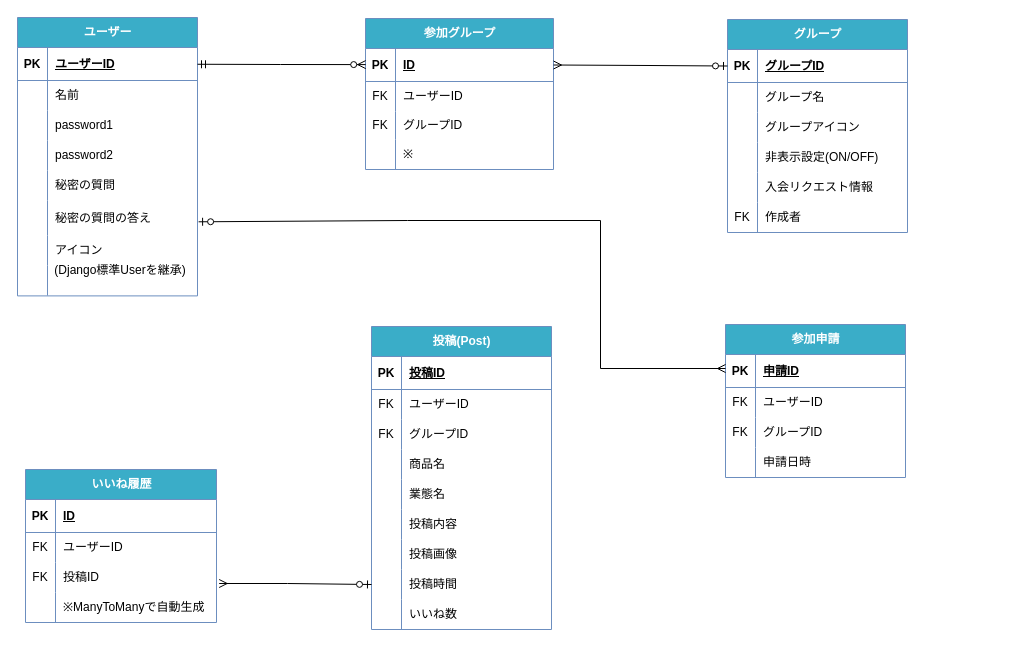
wairo8714/MySFA keeps this draw.io diagram as docs/drawio/mysfa-er.drawio. Above is the earlier version. Source tidied: cells renumbered, new cells numbered last; positions are measured from the earlier drawing's top-left corner, leaving out a move shared by most shapes. Both pictures are drawn from the tidied source at 100%, with x=0, y=0 at pixel (17, 17).
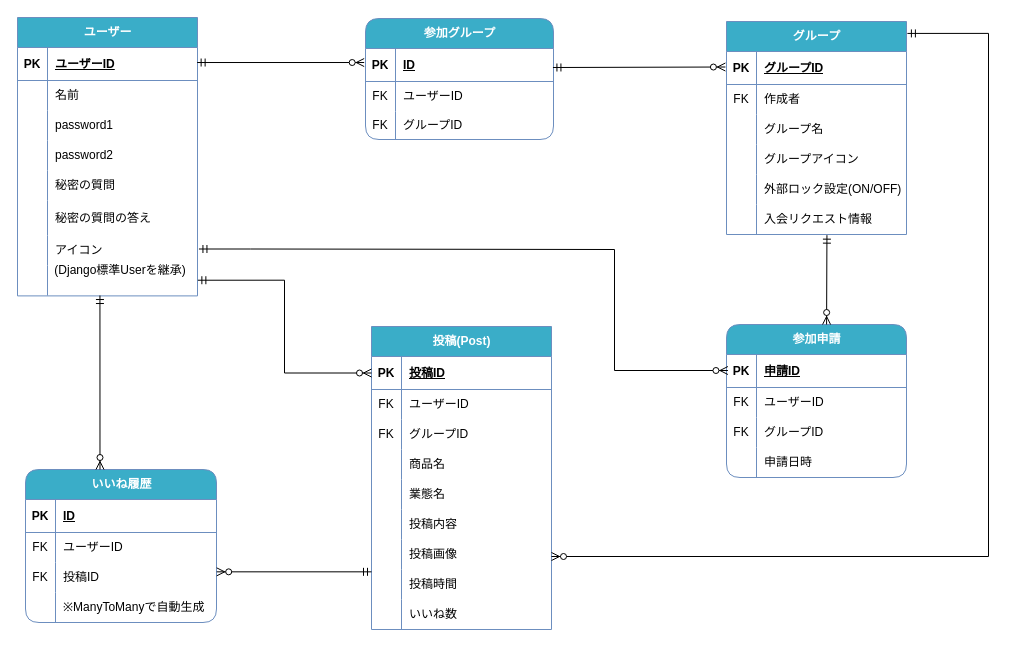
Above is the later version.

Commit message:
mysfa-er.drawio を更新します

Unchanged cells that the change refers to:
```xml
<mxCell id="4" style="shape=tableRow;horizontal=0;startSize=0;swimlaneHead=0;swimlaneBody=0;fillColor=none;points=[[0,0.5],[1,0.5]];portConstraint=eastwest;top=0;left=0;right=0;bottom=1;strokeColor=light-dark(#6c8ebf, #000000);" parent="3" vertex="1">
  <mxGeometry y="30" width="180" height="33" as="geometry" />
</mxCell>
<mxCell id="22" style="shape=tableRow;horizontal=0;startSize=0;swimlaneHead=0;swimlaneBody=0;fillColor=none;points=[[0,0.5],[1,0.5]];portConstraint=eastwest;top=0;left=0;right=0;bottom=0;strokeColor=light-dark(#6c8ebf, #000000);" parent="3" vertex="1">
  <mxGeometry y="218" width="180" height="30" as="geometry" />
</mxCell>
<mxCell id="25" style="shape=tableRow;horizontal=0;startSize=0;swimlaneHead=0;swimlaneBody=0;fillColor=none;points=[[0,0.5],[1,0.5]];portConstraint=eastwest;top=0;left=0;right=0;bottom=0;strokeColor=light-dark(#6c8ebf, #000000);" parent="3" vertex="1">
  <mxGeometry y="248" width="180" height="30" as="geometry" />
</mxCell>
<mxCell id="34" style="shape=tableRow;horizontal=0;startSize=0;swimlaneHead=0;swimlaneBody=0;fillColor=none;points=[[0,0.5],[1,0.5]];portConstraint=eastwest;top=0;left=0;right=0;bottom=1;strokeColor=light-dark(#6c8ebf, #000000);" parent="33" vertex="1">
  <mxGeometry y="30" width="180" height="33" as="geometry" />
</mxCell>
<mxCell id="52" style="shape=tableRow;horizontal=0;startSize=0;swimlaneHead=0;swimlaneBody=0;fillColor=none;points=[[0,0.5],[1,0.5]];portConstraint=eastwest;top=0;left=0;right=0;bottom=0;strokeColor=light-dark(#6c8ebf, #000000);" parent="33" vertex="1">
  <mxGeometry y="213" width="180" height="30" as="geometry" />
</mxCell>
<mxCell id="55" style="shape=tableRow;horizontal=0;startSize=0;swimlaneHead=0;swimlaneBody=0;fillColor=none;points=[[0,0.5],[1,0.5]];portConstraint=eastwest;top=0;left=0;right=0;bottom=0;strokeColor=light-dark(#6c8ebf, #000000);" parent="33" vertex="1">
  <mxGeometry y="243" width="180" height="30" as="geometry" />
</mxCell>
<mxCell id="63" style="shape=tableRow;horizontal=0;startSize=0;swimlaneHead=0;swimlaneBody=0;fillColor=none;points=[[0,0.5],[1,0.5]];portConstraint=eastwest;top=0;left=0;right=0;bottom=1;strokeColor=light-dark(#6c8ebf, #000000);" parent="62" vertex="1">
  <mxGeometry y="30" width="180" height="33" as="geometry" />
</mxCell>
<mxCell id="83" style="shape=tableRow;horizontal=0;startSize=0;swimlaneHead=0;swimlaneBody=0;fillColor=none;points=[[0,0.5],[1,0.5]];portConstraint=eastwest;top=0;left=0;right=0;bottom=0;strokeColor=light-dark(#6c8ebf, #000000);" parent="76" vertex="1">
  <mxGeometry y="93" width="191" height="30" as="geometry" />
</mxCell>
<mxCell id="90" style="shape=tableRow;horizontal=0;startSize=0;swimlaneHead=0;swimlaneBody=0;fillColor=none;points=[[0,0.5],[1,0.5]];portConstraint=eastwest;top=0;left=0;right=0;bottom=1;strokeColor=light-dark(#6c8ebf, #000000);" parent="89" vertex="1">
  <mxGeometry y="30" width="180" height="33" as="geometry" />
</mxCell>
<mxCell id="109" style="shape=tableRow;horizontal=0;startSize=0;swimlaneHead=0;swimlaneBody=0;fillColor=none;points=[[0,0.5],[1,0.5]];portConstraint=eastwest;top=0;left=0;right=0;bottom=1;strokeColor=light-dark(#6c8ebf, #000000);" parent="108" vertex="1">
  <mxGeometry y="30" width="188" height="33" as="geometry" />
</mxCell>
```

Change to the diagram source:
```diff
@@
-    <mxCell id="61" style="group;" parent="1" vertex="1">
-      <mxGeometry x="708" y="307" width="180" height="153" as="geometry" />
+    <mxCell id="61" style="group;rounded=1;" parent="1" vertex="1">
+      <mxGeometry x="709" y="307" width="180" height="153" as="geometry" />
     </mxCell>
-    <mxCell id="62" value="&lt;font style=&quot;color: rgb(255, 255, 255);&quot;&gt;参加申請&lt;/font&gt;" style="shape=table;startSize=30;childLayout=tableLayout;rowLines=0;fontStyle=1;align=center;html=1;fillColor=#3AADC8;strokeColor=light-dark(#6c8ebf, #000000);swimlaneFillColor=none;" parent="61" vertex="1">
+    <mxCell id="62" value="&lt;font style=&quot;color: rgb(255, 255, 255);&quot;&gt;参加申請&lt;/font&gt;" style="shape=table;startSize=30;childLayout=tableLayout;rowLines=0;fontStyle=1;align=center;html=1;fillColor=#3AADC8;strokeColor=light-dark(#6c8ebf, #000000);swimlaneFillColor=none;rounded=1;" parent="61" vertex="1">
       <mxGeometry width="180" height="153" as="geometry" />
     </mxCell>
@@
-    <mxCell id="76" value="&lt;font style=&quot;color: rgb(255, 255, 255);&quot;&gt;いいね履歴&lt;/font&gt;" style="shape=table;startSize=30;childLayout=tableLayout;rowLines=0;fontStyle=1;align=center;html=1;fillColor=#3AADC8;strokeColor=light-dark(#6c8ebf, #000000);swimlaneFillColor=none;" parent="1" vertex="1">
+    <mxCell id="76" value="&lt;font style=&quot;color: rgb(255, 255, 255);&quot;&gt;いいね履歴&lt;/font&gt;" style="shape=table;startSize=30;childLayout=tableLayout;rowLines=0;fontStyle=1;align=center;html=1;fillColor=#3AADC8;strokeColor=light-dark(#6c8ebf, #000000);swimlaneFillColor=none;rounded=1;" parent="1" vertex="1">
       <mxGeometry x="8" y="452" width="191" height="153" as="geometry" />
     </mxCell>
@@
     <mxCell id="89" value="&lt;font style=&quot;color: rgb(255, 255, 255);&quot;&gt;グループ&lt;/font&gt;" style="shape=table;startSize=30;childLayout=tableLayout;rowLines=0;fontStyle=1;align=center;html=1;fillColor=#3AADC8;strokeColor=light-dark(#6c8ebf, #000000);swimlaneFillColor=none;" parent="1" vertex="1">
-      <mxGeometry x="710" y="2" width="180" height="213" as="geometry" />
+      <mxGeometry x="709" y="4" width="180" height="213" as="geometry" />
     </mxCell>
@@
+    <mxCell id="105" style="shape=tableRow;horizontal=0;startSize=0;swimlaneHead=0;swimlaneBody=0;fillColor=none;top=0;left=0;right=0;bottom=0;strokeColor=light-dark(#6c8ebf, #000000);" parent="89" vertex="1">
+      <mxGeometry y="63" width="180" height="30" as="geometry" />
+    </mxCell>
+    <mxCell id="106" value="&lt;font style=&quot;color: light-dark(rgb(0, 0, 0), rgb(0, 0, 0));&quot;&gt;FK&lt;/font&gt;" style="shape=partialRectangle;fillColor=none;top=0;left=0;bottom=0;right=0;overflow=hidden;whiteSpace=wrap;html=1;strokeColor=light-dark(#6c8ebf, #000000);" parent="105" vertex="1">
+      <mxGeometry width="30" height="30" as="geometry" />
+    </mxCell>
+    <mxCell id="107" value="作成者" style="shape=partialRectangle;fillColor=none;top=0;left=0;bottom=0;right=0;align=left;spacingLeft=6;overflow=hidden;whiteSpace=wrap;html=1;fontColor=light-dark(#000000,#000000);strokeColor=light-dark(#6c8ebf, #000000);" parent="105" vertex="1">
+      <mxGeometry x="30" width="150" height="30" as="geometry" />
+    </mxCell>
     <mxCell id="93" style="shape=tableRow;horizontal=0;startSize=0;swimlaneHead=0;swimlaneBody=0;fillColor=none;top=0;left=0;right=0;bottom=0;strokeColor=light-dark(#6c8ebf, #000000);" parent="89" vertex="1">
-      <mxGeometry y="63" width="180" height="30" as="geometry" />
+      <mxGeometry y="93" width="180" height="30" as="geometry" />
     </mxCell>
@@
     <mxCell id="96" style="shape=tableRow;horizontal=0;startSize=0;swimlaneHead=0;swimlaneBody=0;fillColor=none;top=0;left=0;right=0;bottom=0;strokeColor=light-dark(#6c8ebf, #000000);" parent="89" vertex="1">
-      <mxGeometry y="93" width="180" height="30" as="geometry" />
+      <mxGeometry y="123" width="180" height="30" as="geometry" />
     </mxCell>
@@
     <mxCell id="99" style="shape=tableRow;horizontal=0;startSize=0;swimlaneHead=0;swimlaneBody=0;fillColor=none;top=0;left=0;right=0;bottom=0;strokeColor=light-dark(#6c8ebf, #000000);" parent="89" vertex="1">
-      <mxGeometry y="123" width="180" height="30" as="geometry" />
+      <mxGeometry y="153" width="180" height="30" as="geometry" />
     </mxCell>
@@
-    <mxCell id="101" value="非表示設定(ON/OFF)" style="shape=partialRectangle;fillColor=none;top=0;left=0;bottom=0;right=0;align=left;spacingLeft=6;overflow=hidden;whiteSpace=wrap;html=1;fontColor=light-dark(#000000,#000000);strokeColor=light-dark(#6c8ebf, #000000);" parent="99" vertex="1">
+    <mxCell id="101" value="外部ロック設定(ON/OFF)" style="shape=partialRectangle;fillColor=none;top=0;left=0;bottom=0;right=0;align=left;spacingLeft=6;overflow=hidden;whiteSpace=wrap;html=1;fontColor=light-dark(#000000,#000000);strokeColor=light-dark(#6c8ebf, #000000);" parent="99" vertex="1">
       <mxGeometry x="30" width="150" height="30" as="geometry" />
     </mxCell>
     <mxCell id="102" style="shape=tableRow;horizontal=0;startSize=0;swimlaneHead=0;swimlaneBody=0;fillColor=none;points=[[0,0.5],[1,0.5]];portConstraint=eastwest;top=0;left=0;right=0;bottom=0;strokeColor=light-dark(#6c8ebf, #000000);" parent="89" vertex="1">
-      <mxGeometry y="153" width="180" height="30" as="geometry" />
+      <mxGeometry y="183" width="180" height="30" as="geometry" />
     </mxCell>
@@
-    <mxCell id="105" style="shape=tableRow;horizontal=0;startSize=0;swimlaneHead=0;swimlaneBody=0;fillColor=none;top=0;left=0;right=0;bottom=0;strokeColor=light-dark(#6c8ebf, #000000);" parent="89" vertex="1">
-      <mxGeometry y="183" width="180" height="30" as="geometry" />
-    </mxCell>
-    <mxCell id="106" value="&lt;font style=&quot;color: light-dark(rgb(0, 0, 0), rgb(0, 0, 0));&quot;&gt;FK&lt;/font&gt;" style="shape=partialRectangle;fillColor=none;top=0;left=0;bottom=0;right=0;overflow=hidden;whiteSpace=wrap;html=1;strokeColor=light-dark(#6c8ebf, #000000);" parent="105" vertex="1">
-      <mxGeometry width="30" height="30" as="geometry" />
-    </mxCell>
-    <mxCell id="107" value="作成者" style="shape=partialRectangle;fillColor=none;top=0;left=0;bottom=0;right=0;align=left;spacingLeft=6;overflow=hidden;whiteSpace=wrap;html=1;fontColor=light-dark(#000000,#000000);strokeColor=light-dark(#6c8ebf, #000000);" parent="105" vertex="1">
-      <mxGeometry x="30" width="150" height="30" as="geometry" />
-    </mxCell>
-    <mxCell id="108" value="&lt;font style=&quot;color: rgb(255, 255, 255);&quot;&gt;参加グループ&lt;/font&gt;" style="shape=table;startSize=30;childLayout=tableLayout;rowLines=0;fontStyle=1;align=center;html=1;fillColor=#3AADC8;strokeColor=light-dark(#6c8ebf, #000000);swimlaneFillColor=none;" parent="1" vertex="1">
-      <mxGeometry x="348" y="1" width="188" height="151" as="geometry" />
+    <mxCell id="108" value="&lt;font style=&quot;color: rgb(255, 255, 255);&quot;&gt;参加グループ&lt;/font&gt;" style="shape=table;startSize=30;childLayout=tableLayout;rowLines=0;fontStyle=1;align=center;html=1;fillColor=#3AADC8;strokeColor=light-dark(#6c8ebf, #000000);swimlaneFillColor=none;rounded=1;" parent="1" vertex="1">
+      <mxGeometry x="348" y="1" width="188" height="121" as="geometry" />
     </mxCell>
@@
-    <mxCell id="118" style="shape=tableRow;horizontal=0;startSize=0;swimlaneHead=0;swimlaneBody=0;fillColor=none;top=0;left=0;right=0;bottom=0;strokeColor=light-dark(#6c8ebf, #000000);" parent="108" vertex="1">
-      <mxGeometry y="121" width="188" height="30" as="geometry" />
-    </mxCell>
-    <mxCell id="119" style="shape=partialRectangle;fillColor=none;top=0;left=0;bottom=0;right=0;overflow=hidden;whiteSpace=wrap;html=1;strokeColor=light-dark(#6c8ebf, #000000);" parent="118" vertex="1">
-      <mxGeometry width="30" height="30" as="geometry" />
-    </mxCell>
-    <mxCell id="120" value="※" style="shape=partialRectangle;fillColor=none;top=0;left=0;bottom=0;right=0;align=left;spacingLeft=6;overflow=hidden;whiteSpace=wrap;html=1;fontColor=light-dark(#000000,#000000);strokeColor=light-dark(#6c8ebf, #000000);" parent="118" vertex="1">
-      <mxGeometry x="30" width="158" height="30" as="geometry" />
-    </mxCell>
-    <mxCell id="121" style="fontSize=12;html=1;endArrow=ERzeroToOne;endFill=1;rounded=0;entryX=0;entryY=0.5;entryDx=0;entryDy=0;" parent="1" edge="1" target="90">
-      <mxGeometry relative="1" as="geometry">
-        <mxPoint x="632" y="48" as="sourcePoint" />
-      </mxGeometry>
-    </mxCell>
-    <mxCell id="122" style="fontSize=12;html=1;endArrow=ERmany;rounded=0;entryX=1;entryY=0.5;entryDx=0;entryDy=0;" parent="1" edge="1" target="109">
-      <mxGeometry relative="1" as="geometry">
-        <mxPoint x="634" y="48" as="sourcePoint" />
-      </mxGeometry>
-    </mxCell>
-    <mxCell id="123" style="edgeStyle=orthogonalEdgeStyle;fontSize=12;html=1;endArrow=ERmany;rounded=0;" parent="1" edge="1" target="63">
-      <mxGeometry relative="1" as="geometry">
-        <mxPoint x="390" y="203" as="sourcePoint" />
-        <Array as="points">
-          <mxPoint x="583" y="203" />
-          <mxPoint x="583" y="351" />
-        </Array>
-      </mxGeometry>
-    </mxCell>
-    <mxCell id="124" style="fontSize=12;html=1;endArrow=ERzeroToOne;endFill=1;rounded=0;entryX=1.006;entryY=0.609;entryDx=0;entryDy=0;entryPerimeter=0;" parent="1" edge="1">
-      <mxGeometry relative="1" as="geometry">
-        <mxPoint x="390" y="203" as="sourcePoint" />
-        <mxPoint x="181.1" y="204.3" as="targetPoint" />
-      </mxGeometry>
-    </mxCell>
-    <mxCell id="125" style="fontSize=12;html=1;endArrow=ERmany;rounded=0;entryX=1.014;entryY=0.7;entryDx=0;entryDy=0;entryPerimeter=0;" parent="1" edge="1" target="83">
-      <mxGeometry relative="1" as="geometry">
-        <mxPoint x="270" y="566" as="sourcePoint" />
-      </mxGeometry>
-    </mxCell>
-    <mxCell id="126" style="fontSize=12;html=1;endArrow=ERzeroToOne;endFill=1;rounded=0;entryX=0;entryY=0.5;entryDx=0;entryDy=0;entryPerimeter=0;" parent="1" edge="1" target="55">
-      <mxGeometry relative="1" as="geometry">
-        <mxPoint x="270" y="566" as="sourcePoint" />
-      </mxGeometry>
-    </mxCell>
-    <mxCell id="127" style="fontSize=12;html=1;endArrow=ERmandOne;rounded=0;" parent="1" edge="1" target="4">
-      <mxGeometry relative="1" as="geometry">
-        <mxPoint x="263" y="47" as="sourcePoint" />
-      </mxGeometry>
-    </mxCell>
-    <mxCell id="128" style="fontSize=12;html=1;endArrow=ERzeroToMany;endFill=1;rounded=0;entryX=0.001;entryY=0.488;entryDx=0;entryDy=0;entryPerimeter=0;" parent="1" edge="1" target="109">
-      <mxGeometry relative="1" as="geometry">
-        <mxPoint x="263" y="47" as="sourcePoint" />
-      </mxGeometry>
-    </mxCell>
+    <mxCell id="129" style="edgeStyle=orthogonalEdgeStyle;fontSize=12;html=1;endArrow=ERzeroToMany;startArrow=ERmandOne;rounded=0;entryX=0.008;entryY=0.485;entryDx=0;entryDy=0;entryPerimeter=0;exitX=1.008;exitY=0.45;exitDx=0;exitDy=0;exitPerimeter=0;" parent="1" edge="1" source="22" target="63">
+      <mxGeometry relative="1" as="geometry">
+        <Array as="points">
+          <mxPoint x="233" y="232" />
+          <mxPoint x="597" y="232" />
+          <mxPoint x="597" y="353" />
+        </Array>
+      </mxGeometry>
+    </mxCell>
+    <mxCell id="130" style="fontSize=12;html=1;endArrow=ERzeroToMany;startArrow=ERmandOne;rounded=0;exitX=0.458;exitY=1.001;exitDx=0;exitDy=0;exitPerimeter=0;entryX=0.39;entryY=0;entryDx=0;entryDy=0;entryPerimeter=0;" parent="1" edge="1" source="25" target="76">
+      <mxGeometry relative="1" as="geometry" />
+    </mxCell>
+    <mxCell id="131" style="fontSize=12;html=1;endArrow=ERzeroToMany;startArrow=ERmandOne;rounded=0;exitX=0.998;exitY=0.455;exitDx=0;exitDy=0;exitPerimeter=0;entryX=-0.007;entryY=0.425;entryDx=0;entryDy=0;entryPerimeter=0;" parent="1" edge="1" source="4" target="109">
+      <mxGeometry relative="1" as="geometry" />
+    </mxCell>
+    <mxCell id="132" style="fontSize=12;html=1;endArrow=ERzeroToMany;startArrow=ERmandOne;rounded=0;exitX=0.997;exitY=0.576;exitDx=0;exitDy=0;exitPerimeter=0;entryX=-0.006;entryY=0.47;entryDx=0;entryDy=0;entryPerimeter=0;" parent="1" edge="1" source="109" target="90">
+      <mxGeometry relative="1" as="geometry" />
+    </mxCell>
+    <mxCell id="133" style="edgeStyle=orthogonalEdgeStyle;fontSize=12;html=1;endArrow=ERzeroToMany;startArrow=ERmandOne;rounded=0;exitX=1.002;exitY=0.491;exitDx=0;exitDy=0;exitPerimeter=0;" parent="1" edge="1" source="25" target="34">
+      <mxGeometry relative="1" as="geometry" />
+    </mxCell>
+    <mxCell id="134" style="fontSize=12;html=1;endArrow=ERzeroToMany;startArrow=ERmandOne;rounded=0;entryX=0.556;entryY=0;entryDx=0;entryDy=0;entryPerimeter=0;exitX=0.558;exitY=1.022;exitDx=0;exitDy=0;exitPerimeter=0;" parent="1" edge="1" source="102" target="62">
+      <mxGeometry relative="1" as="geometry" />
+    </mxCell>
+    <mxCell id="135" style="edgeStyle=orthogonalEdgeStyle;fontSize=12;html=1;endArrow=ERzeroToMany;startArrow=ERmandOne;rounded=0;exitX=1.005;exitY=0.056;exitDx=0;exitDy=0;exitPerimeter=0;entryX=1;entryY=0.567;entryDx=0;entryDy=0;entryPerimeter=0;" parent="1" edge="1" source="89" target="52">
+      <mxGeometry relative="1" as="geometry">
+        <Array as="points">
+          <mxPoint x="971" y="16" />
+          <mxPoint x="971" y="539" />
+        </Array>
+      </mxGeometry>
+    </mxCell>
+    <mxCell id="136" style="fontSize=12;html=1;endArrow=ERzeroToMany;startArrow=ERmandOne;rounded=0;entryX=1.001;entryY=0.311;entryDx=0;entryDy=0;entryPerimeter=0;exitX=0;exitY=0.078;exitDx=0;exitDy=0;exitPerimeter=0;" parent="1" edge="1" source="55" target="83">
+      <mxGeometry relative="1" as="geometry" />
+    </mxCell>
```
